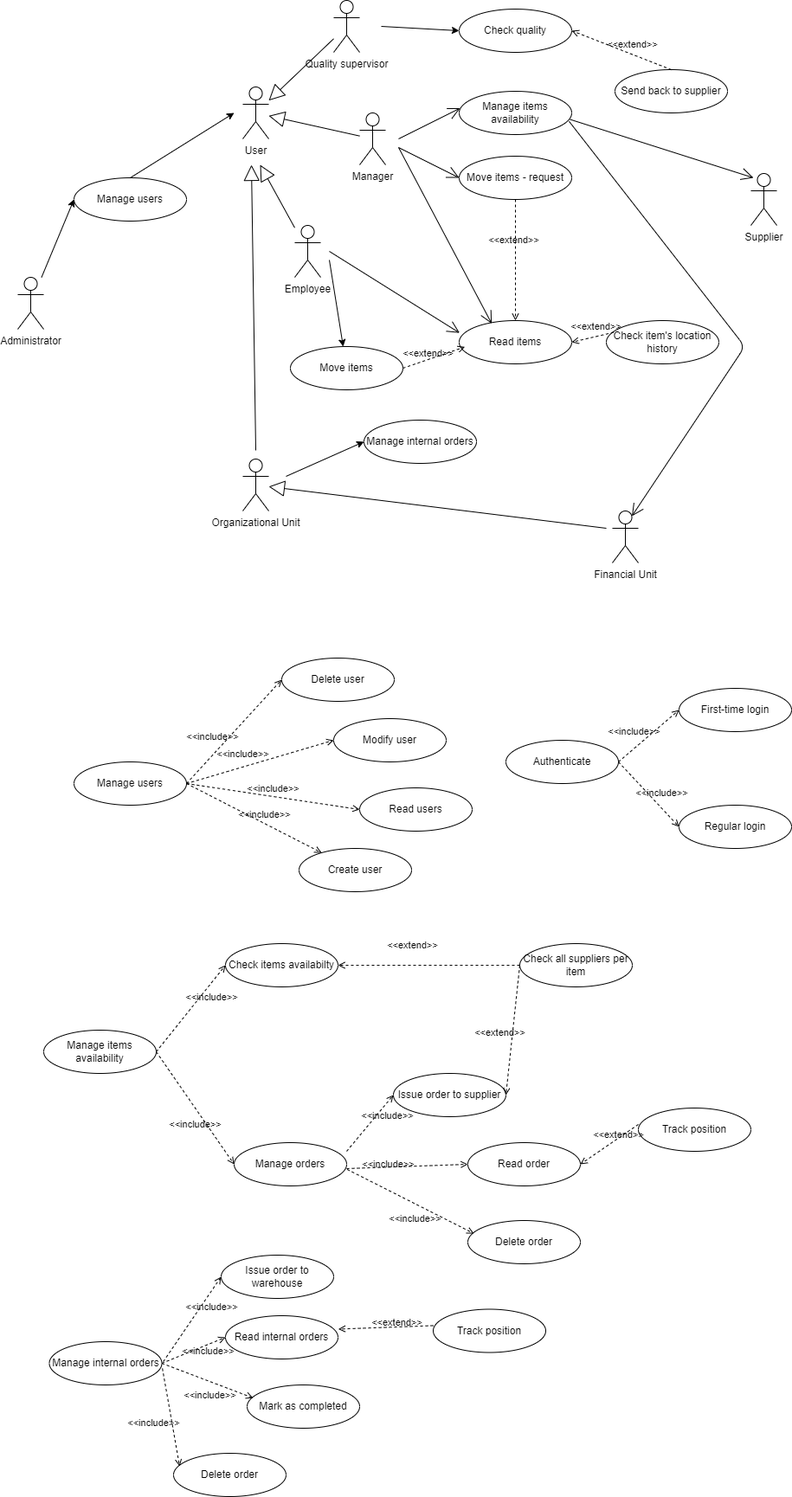
The draw.io diagram diagrams/UCDiagram.drawio.png in Guarecuco/EzWh, before a commit. Source tidied: cells renumbered, new cells last; positions are measured from the earlier drawing's top-left corner, leaving out a move shared by most shapes.
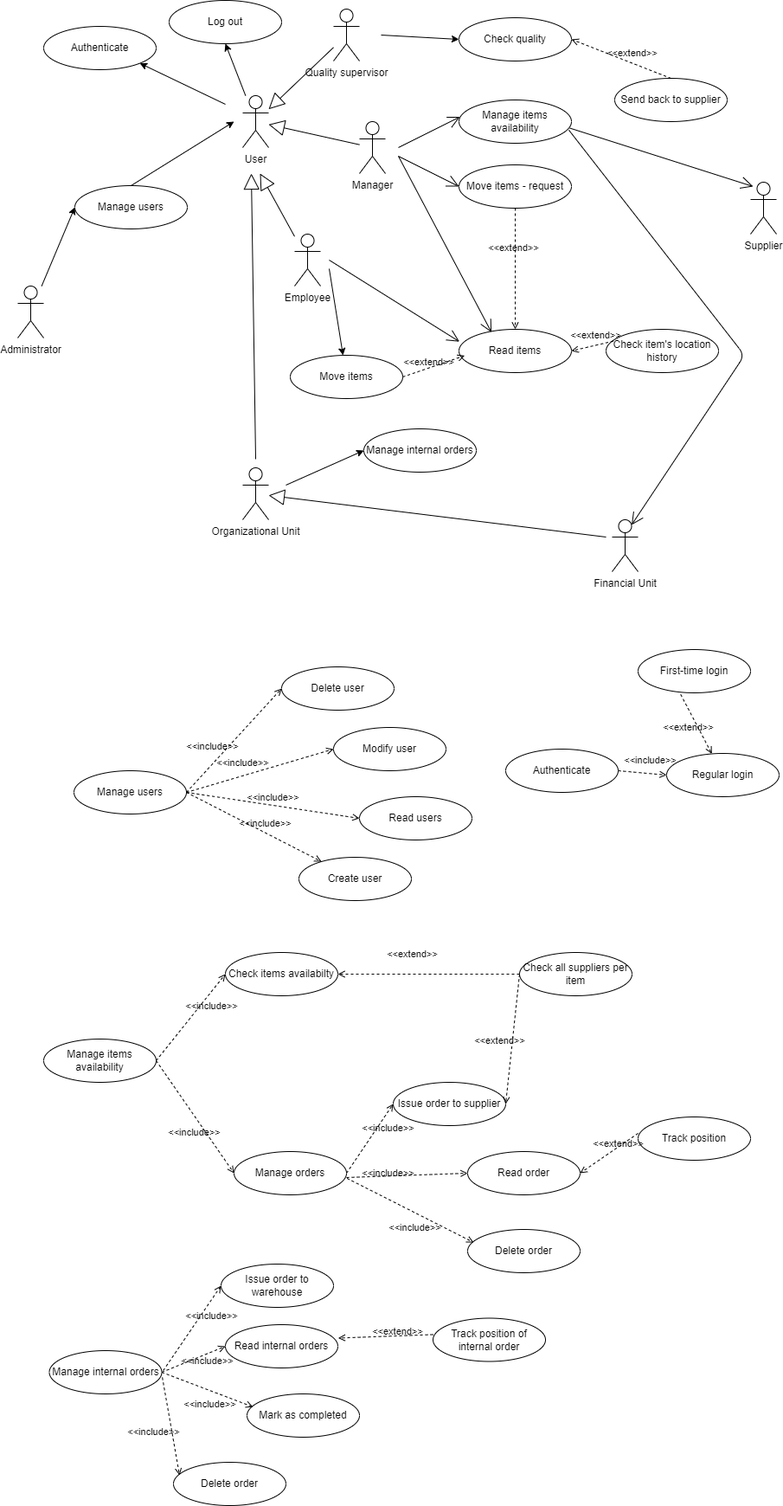
After the commit.

What changed in the source:
```diff
@@ -3,7 +3,7 @@
     <mxCell id="0" />
     <mxCell id="1" parent="0" />
     <mxCell id="2" value="Manage users" style="ellipse;whiteSpace=wrap;html=1;" parent="1" vertex="1">
-      <mxGeometry x="65" y="205" width="130" height="50" as="geometry" />
+      <mxGeometry x="66" y="204" width="130" height="50" as="geometry" />
     </mxCell>
     <mxCell id="3" value="Administrator&lt;br&gt;" style="shape=umlActor;verticalLabelPosition=bottom;verticalAlign=top;html=1;outlineConnect=0;" parent="1" vertex="1">
       <mxGeometry y="320" width="30" height="60" as="geometry" />
@@ -74,7 +74,7 @@
     <mxCell id="23" value="Issue order to supplier" style="ellipse;whiteSpace=wrap;html=1;" parent="1" vertex="1">
       <mxGeometry x="434" y="1240" width="130" height="50" as="geometry" />
     </mxCell>
-    <mxCell id="24" value="&amp;lt;&amp;lt;include&amp;gt;&amp;gt;" style="html=1;verticalAlign=bottom;labelBackgroundColor=none;endArrow=open;endFill=0;dashed=1;exitX=1;exitY=0.2;exitDx=0;exitDy=0;entryX=0;entryY=0.5;entryDx=0;entryDy=0;exitPerimeter=0;" parent="1" edge="1" source="29" target="23">
+    <mxCell id="24" value="&amp;lt;&amp;lt;include&amp;gt;&amp;gt;" style="html=1;verticalAlign=bottom;labelBackgroundColor=none;endArrow=open;endFill=0;dashed=1;exitX=1;exitY=0.5;exitDx=0;exitDy=0;entryX=0;entryY=0.5;entryDx=0;entryDy=0;" parent="1" edge="1" source="29" target="23">
       <mxGeometry x="0.29" y="-16" relative="1" as="geometry" />
     </mxCell>
     <mxCell id="25" value="Check all suppliers per item" style="ellipse;whiteSpace=wrap;html=1;" parent="1" vertex="1">
@@ -127,14 +127,11 @@
       <mxGeometry x="564" y="855" width="130" height="50" as="geometry" />
     </mxCell>
     <mxCell id="40" value="First-time login" style="ellipse;whiteSpace=wrap;html=1;" parent="1" vertex="1">
-      <mxGeometry x="764" y="795" width="130" height="50" as="geometry" />
+      <mxGeometry x="717" y="740" width="130" height="50" as="geometry" />
     </mxCell>
     <mxCell id="41" value="Regular login" style="ellipse;whiteSpace=wrap;html=1;" parent="1" vertex="1">
-      <mxGeometry x="764" y="930" width="130" height="50" as="geometry" />
+      <mxGeometry x="750" y="860" width="130" height="50" as="geometry" />
     </mxCell>
-    <mxCell id="42" value="&amp;lt;&amp;lt;include&amp;gt;&amp;gt;" style="html=1;verticalAlign=bottom;labelBackgroundColor=none;endArrow=open;endFill=0;dashed=1;exitX=1;exitY=0.5;exitDx=0;exitDy=0;entryX=0;entryY=0.5;entryDx=0;entryDy=0;" parent="1" edge="1" source="39" target="40">
-      <mxGeometry x="-0.34" y="8" relative="1" as="geometry" />
-    </mxCell>
     <mxCell id="43" value="&amp;lt;&amp;lt;include&amp;gt;&amp;gt;" style="html=1;verticalAlign=bottom;labelBackgroundColor=none;endArrow=open;endFill=0;dashed=1;exitX=1;exitY=0.5;exitDx=0;exitDy=0;entryX=0;entryY=0.5;entryDx=0;entryDy=0;" parent="1" edge="1" source="39" target="41">
       <mxGeometry x="0.31" y="6" relative="1" as="geometry" />
     </mxCell>
@@ -198,7 +195,7 @@
     <mxCell id="60" value="&amp;lt;&amp;lt;include&amp;gt;&amp;gt;" style="html=1;verticalAlign=bottom;labelBackgroundColor=none;endArrow=open;endFill=0;dashed=1;exitX=1;exitY=0.5;exitDx=0;exitDy=0;entryX=0;entryY=0.5;entryDx=0;entryDy=0;" parent="1" edge="1" source="54" target="59">
       <mxGeometry x="0.29" y="-16" relative="1" as="geometry" />
     </mxCell>
-    <mxCell id="61" value="Track position" style="ellipse;whiteSpace=wrap;html=1;" parent="1" vertex="1">
+    <mxCell id="61" value="Track position of internal order" style="ellipse;whiteSpace=wrap;html=1;" parent="1" vertex="1">
       <mxGeometry x="480" y="1512.5" width="130" height="50" as="geometry" />
     </mxCell>
     <mxCell id="62" value="&amp;lt;&amp;lt;extend&amp;gt;&amp;gt;" style="html=1;verticalAlign=bottom;labelBackgroundColor=none;endArrow=open;endFill=0;dashed=1;exitX=0;exitY=0.379;exitDx=0;exitDy=0;entryX=1.003;entryY=0.31;entryDx=0;entryDy=0;exitPerimeter=0;entryPerimeter=0;" parent="1" edge="1" source="61" target="59">
@@ -271,5 +268,22 @@
     <mxCell id="79" value="&amp;lt;&amp;lt;extend&amp;gt;&amp;gt;" style="html=1;verticalAlign=bottom;labelBackgroundColor=none;endArrow=open;endFill=0;dashed=1;exitX=1;exitY=0.5;exitDx=0;exitDy=0;entryX=0.051;entryY=0.608;entryDx=0;entryDy=0;entryPerimeter=0;" parent="1" edge="1" source="65" target="67">
       <mxGeometry x="-0.2" y="-2" relative="1" as="geometry" />
     </mxCell>
+    <mxCell id="80" style="endArrow=classic;html=1;entryX=0.5;entryY=1;entryDx=0;entryDy=0;" parent="1" edge="1" source="4" target="82">
+      <mxGeometry relative="1" as="geometry" />
+    </mxCell>
+    <mxCell id="81" value="&amp;lt;&amp;lt;extend&amp;gt;&amp;gt;" style="html=1;verticalAlign=bottom;labelBackgroundColor=none;endArrow=open;endFill=0;dashed=1;exitX=0.379;exitY=1.037;exitDx=0;exitDy=0;exitPerimeter=0;" parent="1" edge="1" source="40" target="41">
+      <mxGeometry x="0.18" y="-14" relative="1" as="geometry" />
+    </mxCell>
+    <mxCell id="82" value="Log out" style="ellipse;whiteSpace=wrap;html=1;" parent="1" vertex="1">
+      <mxGeometry x="175" y="-10" width="130" height="50" as="geometry" />
+    </mxCell>
+    <mxCell id="83" value="Authenticate" style="ellipse;whiteSpace=wrap;html=1;" parent="1" vertex="1">
+      <mxGeometry x="30" y="20" width="130" height="50" as="geometry" />
+    </mxCell>
+    <mxCell id="84" style="endArrow=classic;html=1;entryX=1;entryY=1;entryDx=0;entryDy=0;" parent="1" edge="1" target="83">
+      <mxGeometry relative="1" as="geometry">
+        <mxPoint x="240" y="110" as="sourcePoint" />
+      </mxGeometry>
+    </mxCell>
   </root>
 </mxGraphModel>
```
